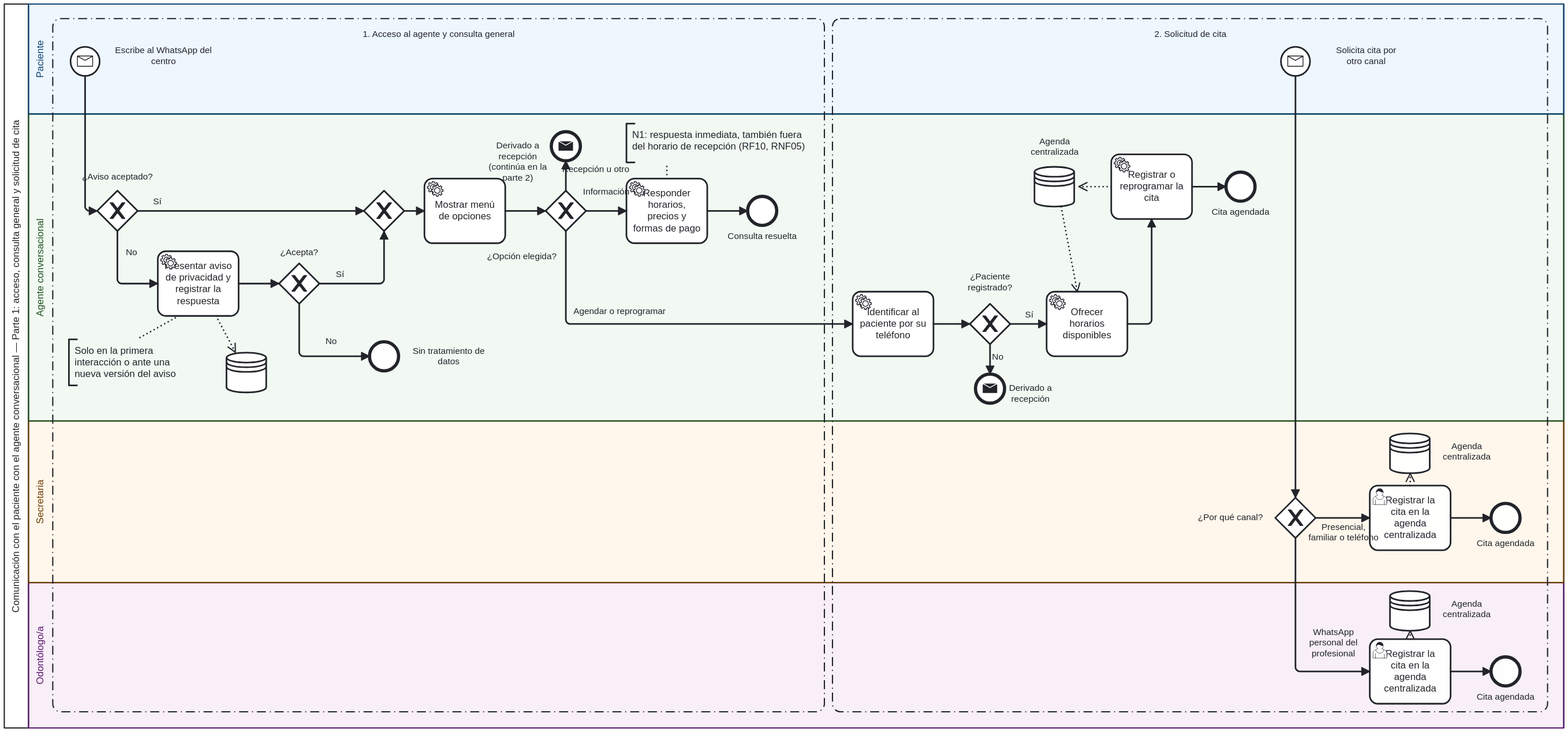
JaviFiallos/bachelor-latex-thesis keeps this BPMN diagram as diagramas/bpmn/ToBe_Comunicacion_P1.svg. Above is the earlier version. Its source is kept beside it as diagramas/bpmn/ToBe_Comunicacion_P1.bpmn. Ids are renumbered.
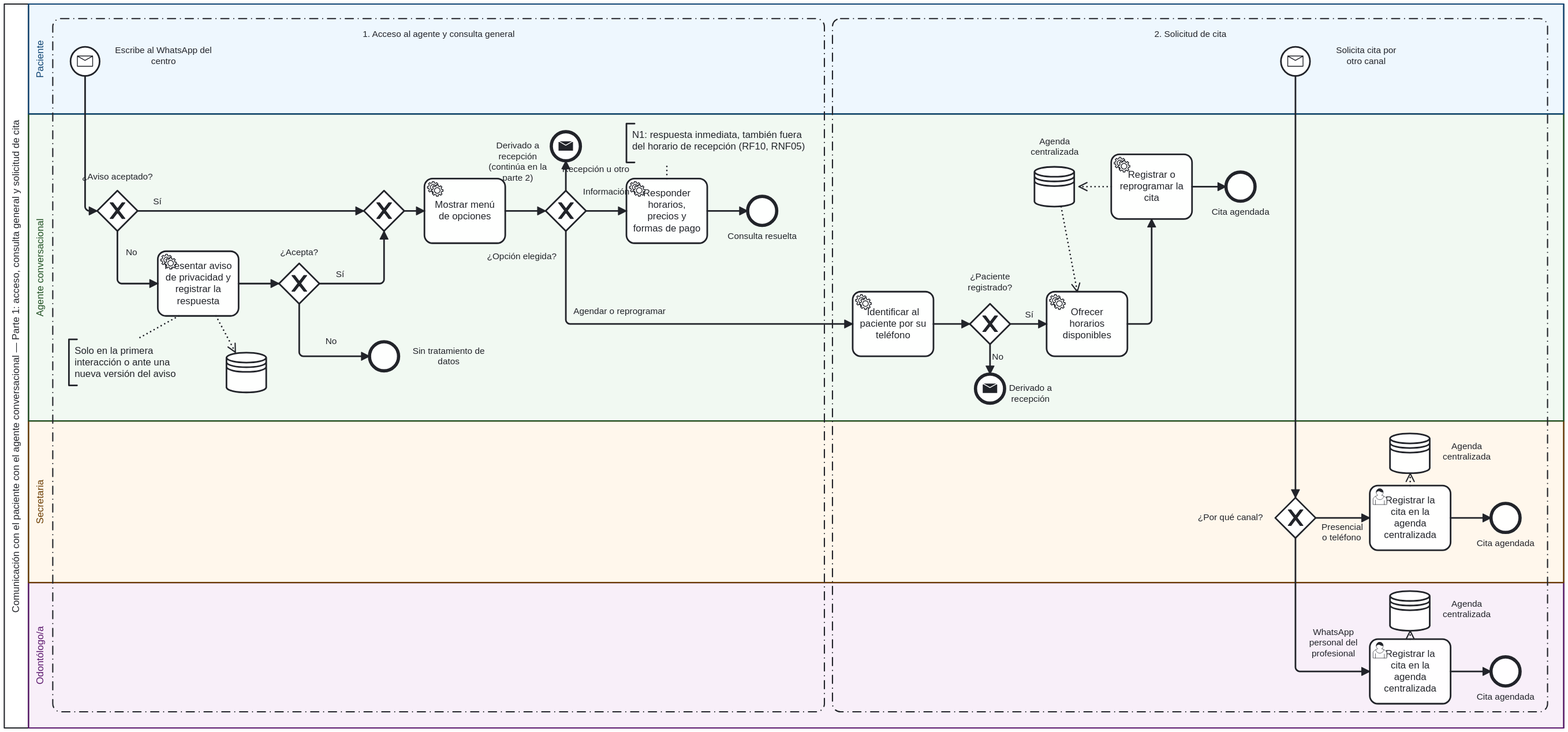
Above is the later version.

The edit, as a diff of the source:
```diff
@@ -14,7 +14,7 @@
     </bpmn:collaboration>
   <bpmn:process id="Process_1" isExecutable="false">
     <bpmn:laneSet id="LaneSet_1">
-      <bpmn:lane id="Lane_Paciente" name="Paciente / Familiar">
+      <bpmn:lane id="Lane_Paciente" name="Paciente">
         <bpmn:flowNodeRef>Start_Msg</bpmn:flowNodeRef>
         <bpmn:flowNodeRef>Start_Otro</bpmn:flowNodeRef>
       </bpmn:lane>
@@ -115,7 +115,7 @@
     <bpmn:sequenceFlow id="F16" sourceRef="Task_Horarios" targetRef="Task_RegCita" />
     <bpmn:sequenceFlow id="F17" sourceRef="Task_RegCita" targetRef="End_CitaBot" />
     <bpmn:sequenceFlow id="F18" sourceRef="Start_Otro" targetRef="GW_Canal" />
-    <bpmn:sequenceFlow id="F19" name="Presencial, familiar o teléfono" sourceRef="GW_Canal" targetRef="Task_SecAgenda" />
+    <bpmn:sequenceFlow id="F19" name="Presencial o teléfono" sourceRef="GW_Canal" targetRef="Task_SecAgenda" />
     <bpmn:sequenceFlow id="F20" sourceRef="Task_SecAgenda" targetRef="End_Sec" />
     <bpmn:sequenceFlow id="F21" name="WhatsApp personal del profesional" sourceRef="GW_Canal" targetRef="Task_OdoAgenda" />
     <bpmn:sequenceFlow id="F22" sourceRef="Task_OdoAgenda" targetRef="End_Odo" />
```
